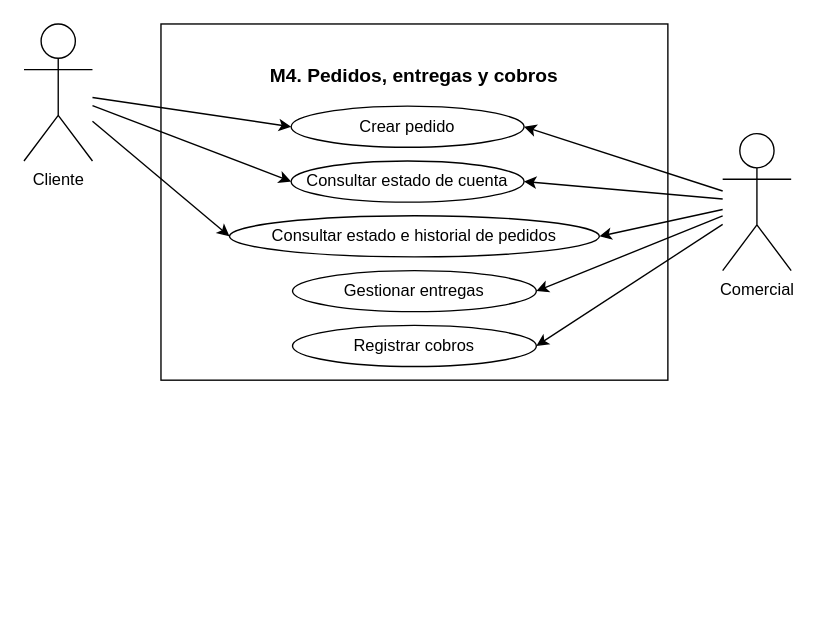
The draw.io diagram docs/docs/figures/UML/CasosDeUso/M4_CasosDeUso.drawio in MadaoSurmanito/app-tfg, before the edit. Source tidied: cells renumbered, new cells numbered last; positions are measured from the earlier drawing's top-left corner, leaving out a move shared by most shapes. Both pictures are drawn from the tidied source at 137%, with x=0, y=0 at pixel (23, 23).
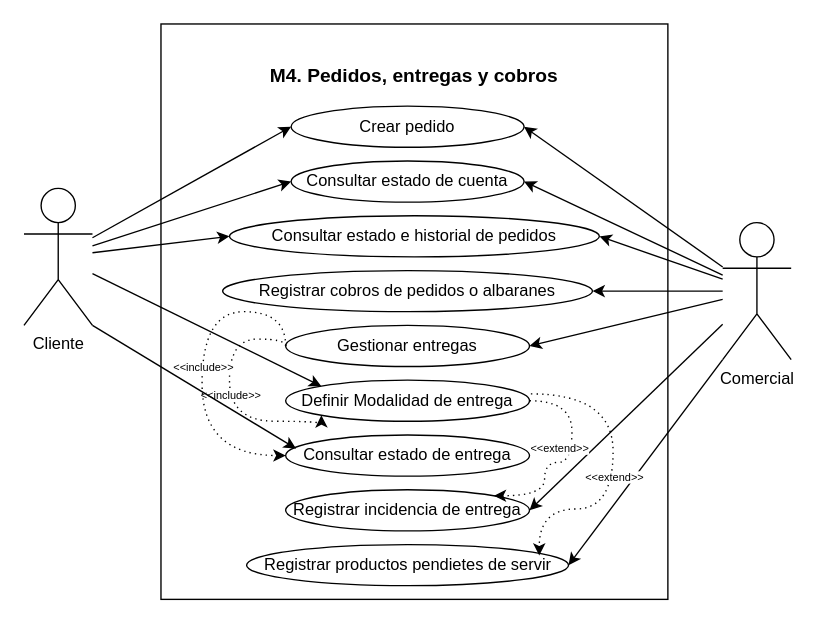
The same page after the edit.

Diff of the diagram source:
```diff
@@
     <mxCell id="2" value="&lt;h1&gt;&lt;font style=&quot;font-size: 14px;&quot;&gt;M4. Pedidos, entregas y cobros&lt;/font&gt;&lt;/h1&gt;" style="rounded=0;whiteSpace=wrap;html=1;verticalAlign=top;spacing=0;labelPosition=center;verticalLabelPosition=middle;align=center;" parent="1" vertex="1">
-      <mxGeometry x="100" width="370" height="260" as="geometry" />
+      <mxGeometry x="100" width="370" height="420" as="geometry" />
     </mxCell>
@@
     <mxCell id="8" value="Comercial" style="shape=umlActor;verticalLabelPosition=bottom;verticalAlign=top;html=1;outlineConnect=0;" parent="1" vertex="1">
-      <mxGeometry x="510" y="80" width="50" height="100" as="geometry" />
+      <mxGeometry x="510" y="145" width="50" height="100" as="geometry" />
     </mxCell>
@@
     <mxCell id="12" value="Gestionar entregas" style="ellipse;whiteSpace=wrap;html=1;" parent="1" vertex="1">
-      <mxGeometry x="196" y="180" width="178" height="30" as="geometry" />
+      <mxGeometry x="191" y="220" width="178" height="30" as="geometry" />
     </mxCell>
-    <mxCell id="13" value="Registrar cobros" style="ellipse;whiteSpace=wrap;html=1;" parent="1" vertex="1">
-      <mxGeometry x="196" y="220" width="178" height="30" as="geometry" />
+    <mxCell id="13" value="Registrar cobros de pedidos o albaranes" style="ellipse;whiteSpace=wrap;html=1;" parent="1" vertex="1">
+      <mxGeometry x="145" y="180" width="270" height="30" as="geometry" />
     </mxCell>
@@
     <mxCell id="17" value="Cliente" style="shape=umlActor;verticalLabelPosition=bottom;verticalAlign=top;html=1;outlineConnect=0;" parent="1" vertex="1">
-      <mxGeometry width="50" height="100" as="geometry" />
+      <mxGeometry y="120" width="50" height="100" as="geometry" />
     </mxCell>
+    <mxCell id="18" value="Registrar productos pendietes de servir" style="ellipse;whiteSpace=wrap;html=1;" parent="1" vertex="1">
+      <mxGeometry x="162.5" y="380" width="235" height="30" as="geometry" />
+    </mxCell>
+    <mxCell id="19" value="Definir Modalidad de entrega" style="ellipse;whiteSpace=wrap;html=1;" parent="1" vertex="1">
+      <mxGeometry x="191" y="260" width="178" height="30" as="geometry" />
+    </mxCell>
+    <mxCell id="20" value="Registrar incidencia de entrega" style="ellipse;whiteSpace=wrap;html=1;" parent="1" vertex="1">
+      <mxGeometry x="191" y="340" width="178" height="30" as="geometry" />
+    </mxCell>
+    <mxCell id="21" value="Consultar estado de entrega" style="ellipse;whiteSpace=wrap;html=1;" parent="1" vertex="1">
+      <mxGeometry x="191" y="300" width="178" height="30" as="geometry" />
+    </mxCell>
+    <mxCell id="22" style="endArrow=classic;dashed=1;html=1;dashPattern=1 3;strokeWidth=1;rounded=0;exitX=0;exitY=0.5;exitDx=0;exitDy=0;entryX=0;entryY=1;entryDx=0;entryDy=0;endFill=1;startSize=4;endSize=6;edgeStyle=orthogonalEdgeStyle;curved=1;" parent="1" edge="1" source="12" target="19">
+      <mxGeometry relative="1" as="geometry">
+        <Array as="points">
+          <mxPoint x="191" y="230" />
+          <mxPoint x="150" y="230" />
+          <mxPoint x="150" y="290" />
+          <mxPoint x="217" y="290" />
+        </Array>
+      </mxGeometry>
+    </mxCell>
+    <mxCell id="23" value="&amp;lt;&amp;lt;include&amp;gt;&amp;gt;" style="edgeLabel;html=1;align=center;verticalAlign=middle;fontSize=8;" parent="22" vertex="1">
+      <mxGeometry x="-0.26" relative="1" as="geometry">
+        <mxPoint y="20" as="offset" />
+      </mxGeometry>
+    </mxCell>
+    <mxCell id="24" style="endArrow=classic;dashed=1;html=1;dashPattern=1 3;strokeWidth=1;rounded=0;exitX=0;exitY=0.5;exitDx=0;exitDy=0;entryX=0;entryY=0.5;entryDx=0;entryDy=0;endFill=1;startSize=4;endSize=6;edgeStyle=orthogonalEdgeStyle;curved=1;" parent="1" edge="1" source="12" target="21">
+      <mxGeometry relative="1" as="geometry">
+        <Array as="points">
+          <mxPoint x="191" y="210" />
+          <mxPoint x="130" y="210" />
+          <mxPoint x="130" y="315" />
+        </Array>
+      </mxGeometry>
+    </mxCell>
+    <mxCell id="25" value="&amp;lt;&amp;lt;include&amp;gt;&amp;gt;" style="edgeLabel;html=1;align=center;verticalAlign=middle;fontSize=8;" parent="24" vertex="1">
+      <mxGeometry x="-0.26" relative="1" as="geometry">
+        <mxPoint y="33" as="offset" />
+      </mxGeometry>
+    </mxCell>
+    <mxCell id="26" style="edgeStyle=none;html=1;entryX=0;entryY=0;entryDx=0;entryDy=0;" parent="1" edge="1" source="17" target="19">
+      <mxGeometry relative="1" as="geometry" />
+    </mxCell>
+    <mxCell id="27" style="edgeStyle=none;html=1;entryX=0.043;entryY=0.333;entryDx=0;entryDy=0;exitX=1;exitY=1;exitDx=0;exitDy=0;exitPerimeter=0;entryPerimeter=0;" parent="1" edge="1" source="17" target="21">
+      <mxGeometry relative="1" as="geometry" />
+    </mxCell>
+    <mxCell id="28" style="edgeStyle=none;html=1;entryX=1;entryY=0.5;entryDx=0;entryDy=0;exitX=0;exitY=1;exitDx=0;exitDy=0;exitPerimeter=0;" parent="1" edge="1" source="8" target="18">
+      <mxGeometry relative="1" as="geometry" />
+    </mxCell>
+    <mxCell id="29" style="edgeStyle=none;html=1;entryX=1;entryY=0.5;entryDx=0;entryDy=0;" parent="1" edge="1" source="8" target="20">
+      <mxGeometry relative="1" as="geometry" />
+    </mxCell>
+    <mxCell id="30" style="endArrow=classic;dashed=1;html=1;dashPattern=1 3;strokeWidth=1;rounded=0;entryX=1;entryY=0;entryDx=0;entryDy=0;endFill=1;startSize=4;endSize=6;edgeStyle=orthogonalEdgeStyle;curved=1;exitX=1;exitY=0.5;exitDx=0;exitDy=0;" parent="1" edge="1" source="19" target="20">
+      <mxGeometry relative="1" as="geometry">
+        <Array as="points">
+          <mxPoint x="400" y="275" />
+          <mxPoint x="400" y="320" />
+          <mxPoint x="380" y="320" />
+          <mxPoint x="380" y="344" />
+        </Array>
+      </mxGeometry>
+    </mxCell>
+    <mxCell id="31" value="&amp;lt;&amp;lt;extend&amp;gt;&amp;gt;" style="edgeLabel;html=1;align=center;verticalAlign=middle;fontSize=8;" parent="30" vertex="1">
+      <mxGeometry x="-0.26" relative="1" as="geometry">
+        <mxPoint x="-10" y="7" as="offset" />
+      </mxGeometry>
+    </mxCell>
+    <mxCell id="32" style="endArrow=classic;dashed=1;html=1;dashPattern=1 3;strokeWidth=1;rounded=0;entryX=0.909;entryY=0.267;entryDx=0;entryDy=0;endFill=1;startSize=4;endSize=6;edgeStyle=orthogonalEdgeStyle;curved=1;entryPerimeter=0;" parent="1" edge="1" target="18">
+      <mxGeometry relative="1" as="geometry">
+        <mxPoint x="370" y="270" as="sourcePoint" />
+        <Array as="points">
+          <mxPoint x="430" y="270" />
+          <mxPoint x="430" y="354" />
+          <mxPoint x="376" y="354" />
+        </Array>
+      </mxGeometry>
+    </mxCell>
+    <mxCell id="33" value="&amp;lt;&amp;lt;extend&amp;gt;&amp;gt;" style="edgeLabel;html=1;align=center;verticalAlign=middle;fontSize=8;" parent="32" vertex="1">
+      <mxGeometry x="-0.26" relative="1" as="geometry">
+        <mxPoint y="34" as="offset" />
+      </mxGeometry>
+    </mxCell>
```
